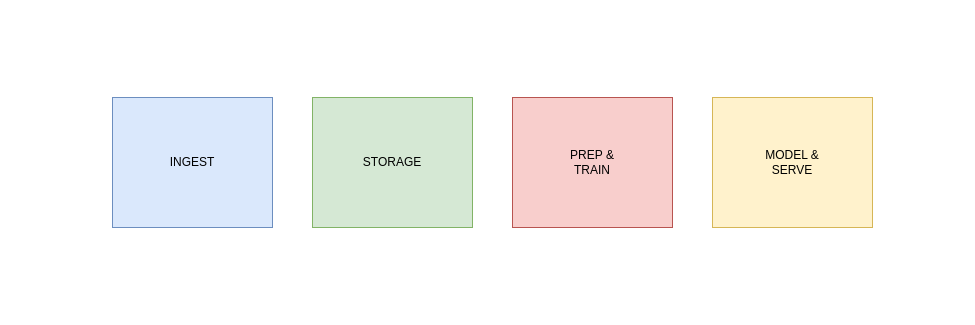
The draw.io diagram docs/img/datalake-main-draw.drawio in jc-tapia/azure-project-datalake, before the edit. Source tidied: cells renumbered, new cells numbered last; positions are measured from the earlier drawing's top-left corner, leaving out a move shared by most shapes. Both pictures are drawn from the tidied source at 100%, with x=0, y=0 at pixel (112, 97).
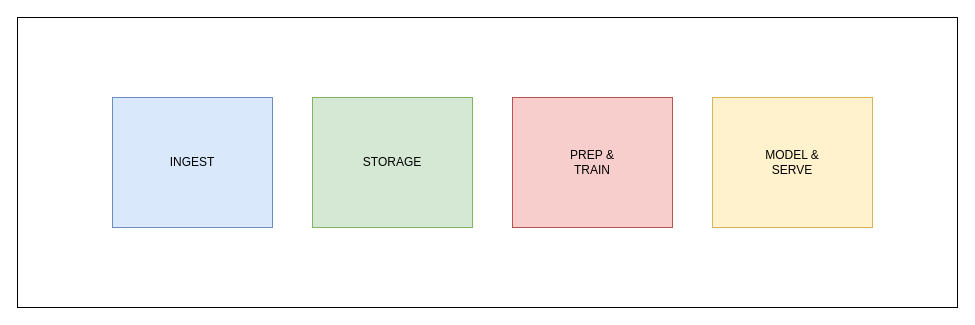
The same diagram, later.

The edit, as a diff of the source:
```diff
@@
 <mxGraphModel>
   <root>
     <mxCell id="0" />
     <mxCell id="1" parent="0" />
+    <mxCell id="10" style="rounded=0;whiteSpace=wrap;html=1;" parent="1" vertex="1">
+      <mxGeometry x="-95" y="-80" width="940" height="290" as="geometry" />
+    </mxCell>
     <mxCell id="2" style="rounded=0;whiteSpace=wrap;html=1;fillColor=#dae8fc;strokeColor=#6c8ebf;" parent="1" vertex="1">
       <mxGeometry width="160" height="130" as="geometry" />
     </mxCell>
     <mxCell id="3" value="INGEST" style="text;html=1;strokeColor=none;fillColor=none;align=center;verticalAlign=middle;whiteSpace=wrap;rounded=0;" parent="1" vertex="1">
       <mxGeometry x="50" y="50" width="60" height="30" as="geometry" />
     </mxCell>
     <mxCell id="4" style="rounded=0;whiteSpace=wrap;html=1;fillColor=#d5e8d4;strokeColor=#82b366;" parent="1" vertex="1">
       <mxGeometry x="200" width="160" height="130" as="geometry" />
     </mxCell>
     <mxCell id="5" value="STORAGE" style="text;html=1;strokeColor=none;fillColor=none;align=center;verticalAlign=middle;whiteSpace=wrap;rounded=0;" parent="1" vertex="1">
       <mxGeometry x="250" y="50" width="60" height="30" as="geometry" />
     </mxCell>
     <mxCell id="6" style="rounded=0;whiteSpace=wrap;html=1;fillColor=#f8cecc;strokeColor=#b85450;" parent="1" vertex="1">
       <mxGeometry x="400" width="160" height="130" as="geometry" />
     </mxCell>
     <mxCell id="7" style="rounded=0;whiteSpace=wrap;html=1;fillColor=#fff2cc;strokeColor=#d6b656;" parent="1" vertex="1">
       <mxGeometry x="600" width="160" height="130" as="geometry" />
     </mxCell>
     <mxCell id="8" value="PREP &amp;amp; TRAIN" style="text;html=1;strokeColor=none;fillColor=none;align=center;verticalAlign=middle;whiteSpace=wrap;rounded=0;" parent="1" vertex="1">
       <mxGeometry x="450" y="50" width="60" height="30" as="geometry" />
     </mxCell>
     <mxCell id="9" value="MODEL &amp;amp; SERVE" style="text;html=1;strokeColor=none;fillColor=none;align=center;verticalAlign=middle;whiteSpace=wrap;rounded=0;" parent="1" vertex="1">
       <mxGeometry x="650" y="50" width="60" height="30" as="geometry" />
     </mxCell>
   </root>
 </mxGraphModel>
```
